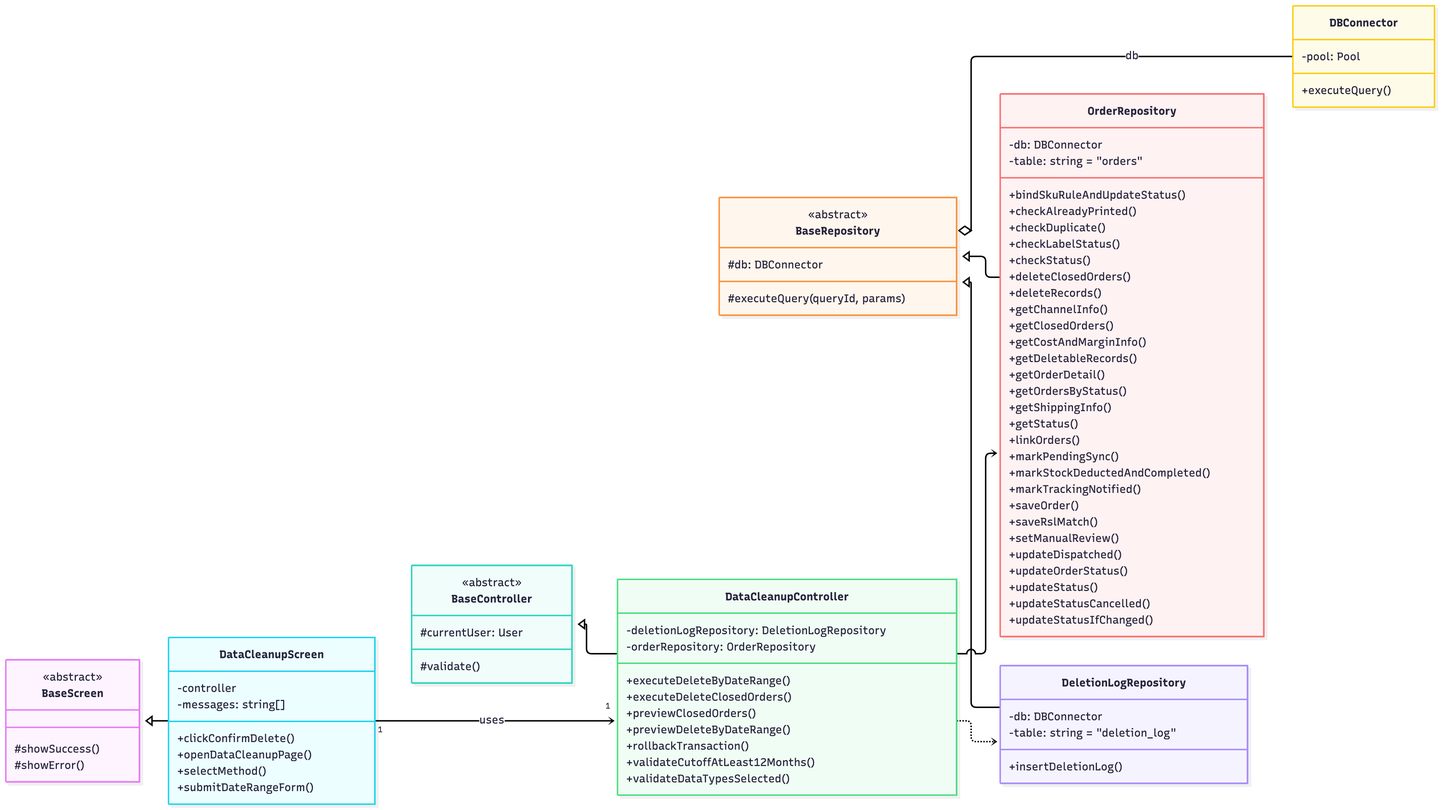
The Mermaid diagram 04-chapter2-diagrams-database/diagrams/png/class-7.png in xbpkdi/321-sa-proj, before a commit. Its source is kept beside it as 04-chapter2-diagrams-database/diagrams/src/class-7.mmd.
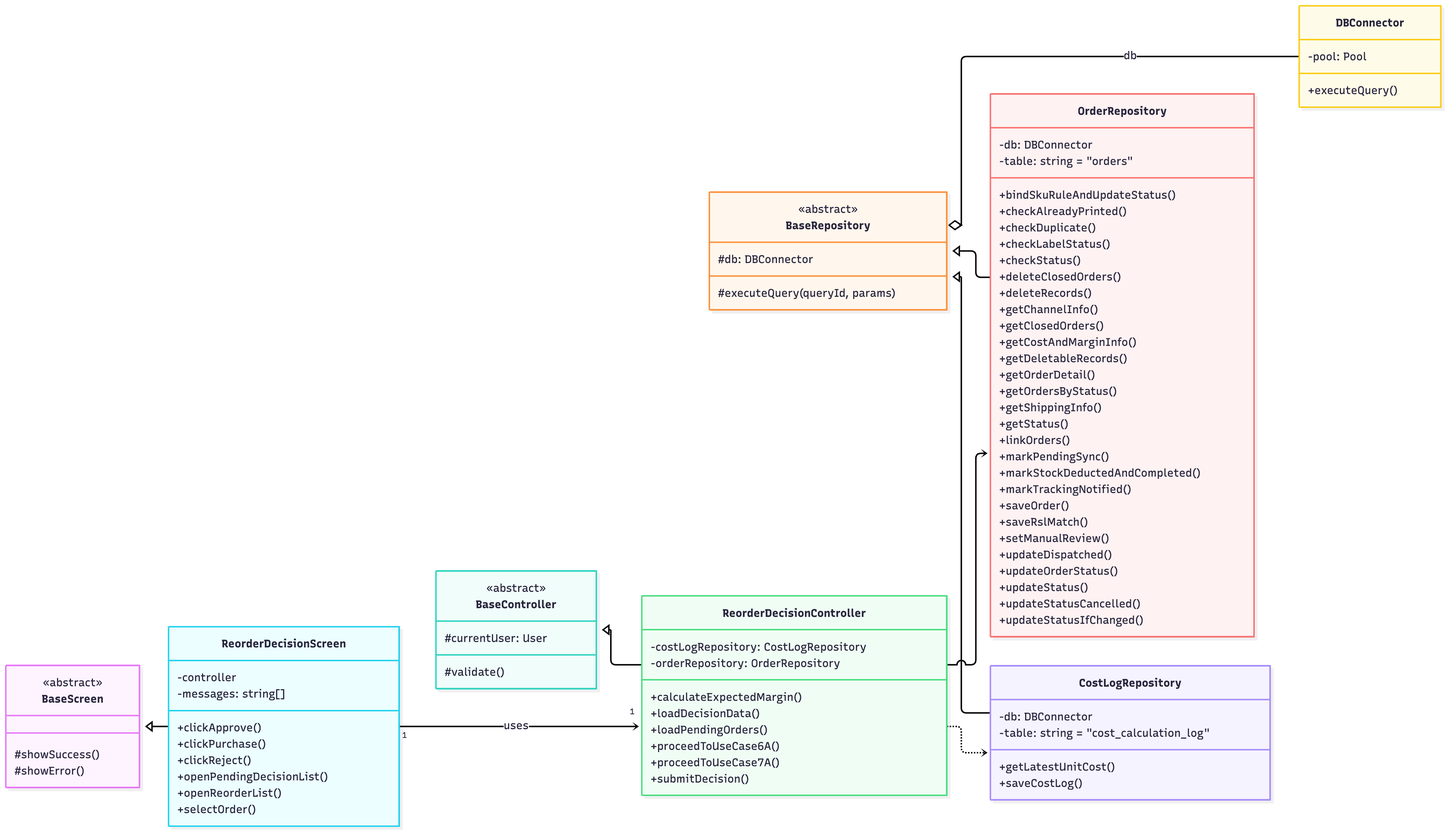
After the change.

What changed in the source:
```diff
@@ -16,29 +16,31 @@
         #db: DBConnector
         #executeQuery(queryId, params)
     }
-    class DataCleanupScreen {
+    class ReorderDecisionScreen {
         -controller
         -messages: string[]
-        +clickConfirmDelete()
-        +openDataCleanupPage()
-        +selectMethod()
-        +submitDateRangeForm()
+        +clickApprove()
+        +clickPurchase()
+        +clickReject()
+        +openPendingDecisionList()
+        +openReorderList()
+        +selectOrder()
     }
-    class DataCleanupController {
-        -deletionLogRepository: DeletionLogRepository
+    class ReorderDecisionController {
+        -costLogRepository: CostLogRepository
         -orderRepository: OrderRepository
-        +executeDeleteByDateRange()
-        +executeDeleteClosedOrders()
-        +previewClosedOrders()
-        +previewDeleteByDateRange()
-        +rollbackTransaction()
-        +validateCutoffAtLeast12Months()
-        +validateDataTypesSelected()
+        +calculateExpectedMargin()
+        +loadDecisionData()
+        +loadPendingOrders()
+        +proceedToUseCase6A()
+        +proceedToUseCase7A()
+        +submitDecision()
     }
-    class DeletionLogRepository {
+    class CostLogRepository {
         -db: DBConnector
-        -table: string = "deletion_log"
-        +insertDeletionLog()
+        -table: string = "cost_calculation_log"
+        +getLatestUnitCost()
+        +saveCostLog()
     }
     class OrderRepository {
         -db: DBConnector
@@ -75,11 +77,11 @@
         -pool: Pool
         +executeQuery()
     }
-    BaseScreen <|-- DataCleanupScreen
-    BaseController <|-- DataCleanupController
-    BaseRepository <|-- DeletionLogRepository
+    BaseScreen <|-- ReorderDecisionScreen
+    BaseController <|-- ReorderDecisionController
+    BaseRepository <|-- CostLogRepository
     BaseRepository <|-- OrderRepository
     BaseRepository o-- DBConnector : db
-    DataCleanupScreen "1" --> "1" DataCleanupController : uses
-    DataCleanupController ..> DeletionLogRepository
-    DataCleanupController ..> OrderRepository
+    ReorderDecisionScreen "1" --> "1" ReorderDecisionController : uses
+    ReorderDecisionController ..> CostLogRepository
+    ReorderDecisionController ..> OrderRepository
```
